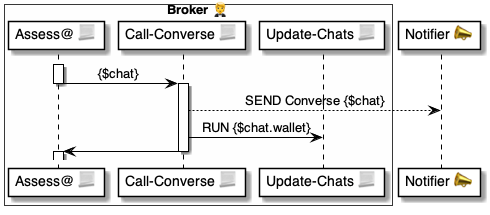
Above: 4 ⚙️ Solution/20 🧑‍🦰 UI/Brokers 🤵/🤵🅰️ Broker methods/Locators 🔆 Assess 🧑‍🦰🐌🤵/Call Converse 📃/🤵 Call Converse ⚙️ uml.png in pollyweb-org/pollyweb-docs (PlantUML), before the change. Its source is kept beside it as 4 ⚙️ Solution/20 🧑‍🦰 UI/Brokers 🤵/🤵🅰️ Broker methods/Locators 🔆 Assess 🧑‍🦰🐌🤵/Call Converse 📃/🤵 Call Converse ⚙️ uml.puml.
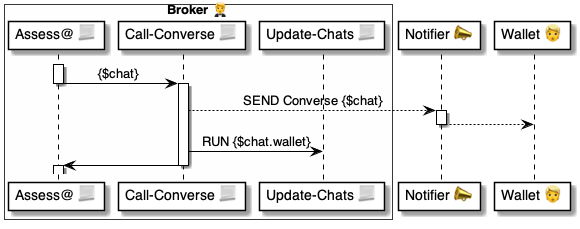
The same file after the commit.

Diff of the diagram source:
```diff
@@ -8,6 +8,8 @@
 end box
 
 participant "Notifier 📣" as notifier
+participant "Wallet 👱" as wallet
+
 
 
 
@@ -17,6 +19,11 @@
 
 activate script
     script --> notifier: SEND Converse {$chat}
+
+    activate notifier
+        notifier --> wallet:
+    deactivate notifier
+
     script -> script2: RUN {$chat.wallet}
     script -> assess:
 deactivate script
```
